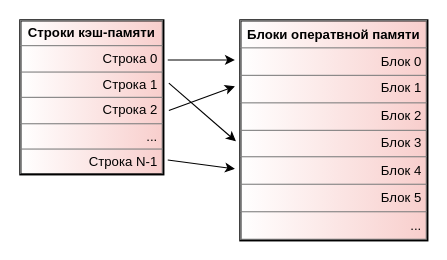
The draw.io diagram page "cache" (1 of 3) of slides/img/src/06.cache-and-vm.drawio in dluciv/Computer_Architecture-SPbU-CB.5080, before the edit. Source tidied: cells renumbered, new cells numbered last; positions are measured from the earlier drawing's top-left corner, leaving out a move shared by most shapes. Both pictures are drawn from the tidied source at 110%, with x=0, y=0 at pixel (20, 20).
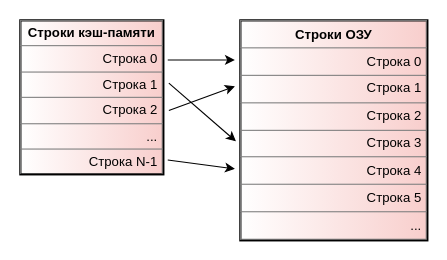
Above is the later version.

Diff of the diagram source:
```diff
@@
 <mxGraphModel>
   <root>
     <mxCell id="0" />
     <mxCell id="1" parent="0" />
     <mxCell id="2" style="rounded=0;orthogonalLoop=1;jettySize=auto;html=1;" parent="1" edge="1">
       <mxGeometry relative="1" as="geometry">
         <mxPoint x="134" y="36" as="sourcePoint" />
         <mxPoint x="195" y="36" as="targetPoint" />
       </mxGeometry>
     </mxCell>
     <mxCell id="3" value="&lt;table border=&quot;1&quot; width=&quot;100%&quot; cellpadding=&quot;4&quot; style=&quot;width: 100% ; height: 100% ; border-collapse: collapse&quot;&gt;&lt;tbody&gt;&lt;tr&gt;&lt;th align=&quot;center&quot;&gt;Строки кэш-памяти&lt;/th&gt;&lt;/tr&gt;&lt;tr&gt;&lt;td style=&quot;text-align: right&quot;&gt;Строка 0&lt;/td&gt;&lt;/tr&gt;&lt;tr&gt;&lt;td style=&quot;text-align: right&quot;&gt;Строка 1&lt;br&gt;&lt;/td&gt;&lt;/tr&gt;&lt;tr&gt;&lt;td style=&quot;text-align: right&quot;&gt;Строка 2&lt;br&gt;&lt;/td&gt;&lt;/tr&gt;&lt;tr&gt;&lt;td style=&quot;text-align: right&quot;&gt;...&lt;/td&gt;&lt;/tr&gt;&lt;tr&gt;&lt;td style=&quot;text-align: right&quot;&gt;Строка N-1&lt;/td&gt;&lt;/tr&gt;&lt;/tbody&gt;&lt;/table&gt;" style="text;html=1;strokeColor=default;fillColor=default;overflow=fill;glass=0;comic=0;perimeterSpacing=0;rounded=0;strokeWidth=2;gradientColor=#F8CECC;gradientDirection=east;" parent="1" vertex="1">
       <mxGeometry width="130" height="140" as="geometry" />
     </mxCell>
-    <mxCell id="4" value="&lt;table border=&quot;1&quot; width=&quot;100%&quot; cellpadding=&quot;4&quot; style=&quot;width: 100% ; height: 100% ; border-collapse: collapse&quot;&gt;&lt;tbody&gt;&lt;tr&gt;&lt;th align=&quot;center&quot;&gt;Блоки оператвной памяти&lt;/th&gt;&lt;/tr&gt;&lt;tr&gt;&lt;td style=&quot;text-align: right&quot;&gt;Блок 0&lt;/td&gt;&lt;/tr&gt;&lt;tr&gt;&lt;td style=&quot;text-align: right&quot;&gt;Блок 1&lt;br&gt;&lt;/td&gt;&lt;/tr&gt;&lt;tr&gt;&lt;td style=&quot;text-align: right&quot;&gt;Блок 2&lt;br&gt;&lt;/td&gt;&lt;/tr&gt;&lt;tr&gt;&lt;td style=&quot;text-align: right&quot;&gt;Блок 3&lt;/td&gt;&lt;/tr&gt;&lt;tr&gt;&lt;td style=&quot;text-align: right&quot;&gt;Блок 4&lt;/td&gt;&lt;/tr&gt;&lt;tr&gt;&lt;td style=&quot;text-align: right&quot;&gt;Блок 5&lt;/td&gt;&lt;/tr&gt;&lt;tr&gt;&lt;td style=&quot;text-align: right&quot;&gt;...&lt;/td&gt;&lt;/tr&gt;&lt;/tbody&gt;&lt;/table&gt;" style="text;html=1;strokeColor=default;fillColor=default;overflow=fill;glass=0;comic=0;perimeterSpacing=0;rounded=0;strokeWidth=2;gradientColor=#F8CECC;gradientDirection=east;" parent="1" vertex="1">
+    <mxCell id="4" value="&lt;table border=&quot;1&quot; width=&quot;100%&quot; cellpadding=&quot;4&quot; style=&quot;width: 100% ; height: 100% ; border-collapse: collapse&quot;&gt;&lt;tbody&gt;&lt;tr&gt;&lt;th align=&quot;center&quot;&gt;Строки ОЗУ&lt;/th&gt;&lt;/tr&gt;&lt;tr&gt;&lt;td style=&quot;text-align: right&quot;&gt;Строка 0&lt;/td&gt;&lt;/tr&gt;&lt;tr&gt;&lt;td style=&quot;text-align: right&quot;&gt;Строка&amp;nbsp;1&lt;br&gt;&lt;/td&gt;&lt;/tr&gt;&lt;tr&gt;&lt;td style=&quot;text-align: right&quot;&gt;Строка&amp;nbsp;2&lt;br&gt;&lt;/td&gt;&lt;/tr&gt;&lt;tr&gt;&lt;td style=&quot;text-align: right&quot;&gt;Строка&amp;nbsp;3&lt;/td&gt;&lt;/tr&gt;&lt;tr&gt;&lt;td style=&quot;text-align: right&quot;&gt;Строка&amp;nbsp;4&lt;/td&gt;&lt;/tr&gt;&lt;tr&gt;&lt;td style=&quot;text-align: right&quot;&gt;Строка&amp;nbsp;5&lt;/td&gt;&lt;/tr&gt;&lt;tr&gt;&lt;td style=&quot;text-align: right&quot;&gt;...&lt;/td&gt;&lt;/tr&gt;&lt;/tbody&gt;&lt;/table&gt;" style="text;html=1;strokeColor=default;fillColor=default;overflow=fill;glass=0;comic=0;perimeterSpacing=0;rounded=0;strokeWidth=2;gradientColor=#F8CECC;gradientDirection=east;" parent="1" vertex="1">
       <mxGeometry x="200" width="170" height="200" as="geometry" />
     </mxCell>
     <mxCell id="5" style="rounded=0;orthogonalLoop=1;jettySize=auto;html=1;" parent="1" edge="1">
       <mxGeometry relative="1" as="geometry">
         <mxPoint x="135" y="57" as="sourcePoint" />
         <mxPoint x="196" y="110" as="targetPoint" />
       </mxGeometry>
     </mxCell>
     <mxCell id="6" style="rounded=0;orthogonalLoop=1;jettySize=auto;html=1;" parent="1" edge="1">
       <mxGeometry relative="1" as="geometry">
         <mxPoint x="134" y="127" as="sourcePoint" />
         <mxPoint x="195" y="135" as="targetPoint" />
       </mxGeometry>
     </mxCell>
     <mxCell id="7" style="rounded=0;orthogonalLoop=1;jettySize=auto;html=1;" parent="1" edge="1">
       <mxGeometry relative="1" as="geometry">
         <mxPoint x="135" y="82" as="sourcePoint" />
         <mxPoint x="195" y="60" as="targetPoint" />
       </mxGeometry>
     </mxCell>
   </root>
 </mxGraphModel>
```
